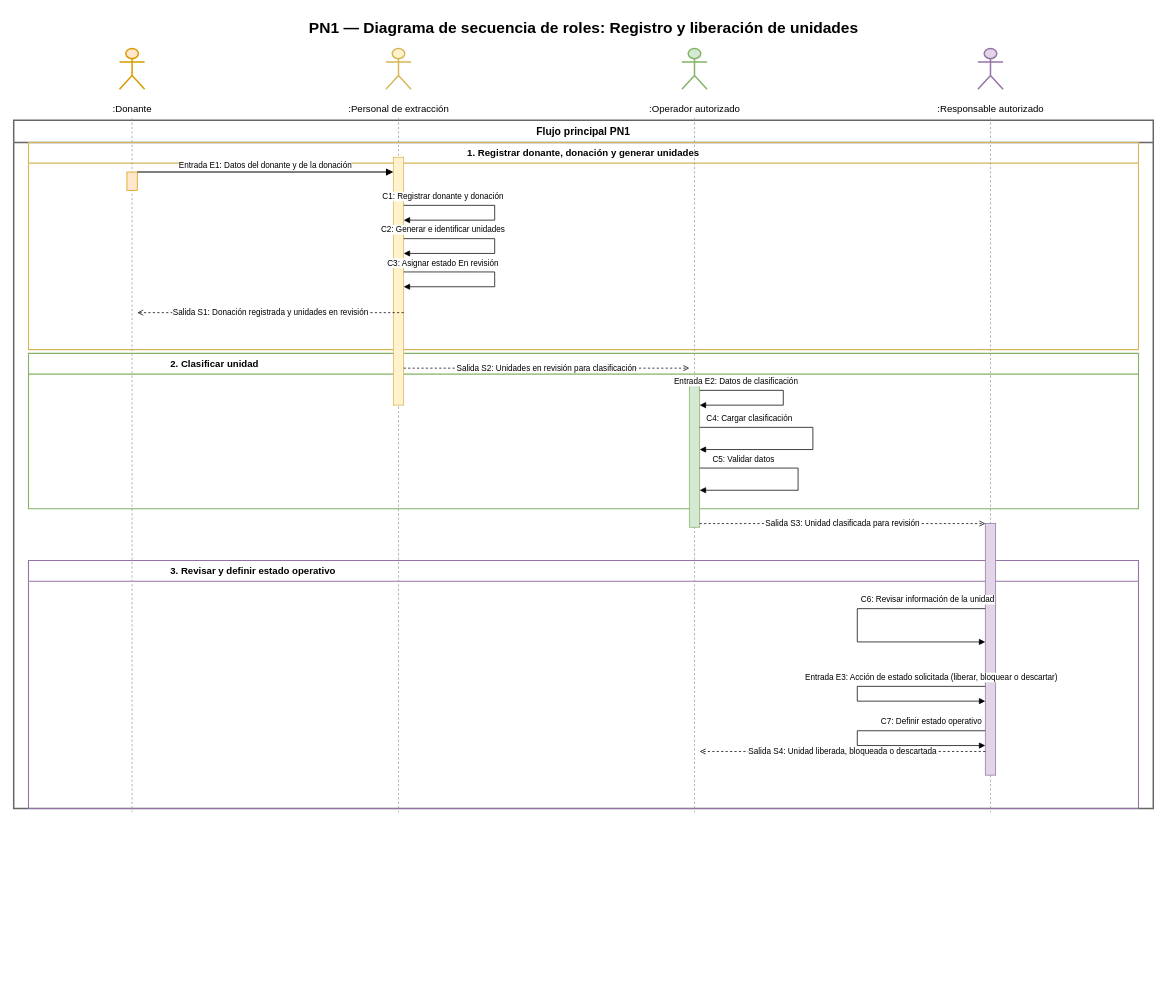
The draw.io diagram Diagramas/Secuencia de Roles/PN1_DiagramaSecuenciaRoles.drawio in juanNH/Ingenieria-de-Software, before the edit. Source tidied: cells renumbered, new cells numbered last; positions are measured from the earlier drawing's top-left corner, leaving out a move shared by most shapes. Both pictures are drawn from the tidied source at 74%, with x=0, y=0 at pixel (13, 13).
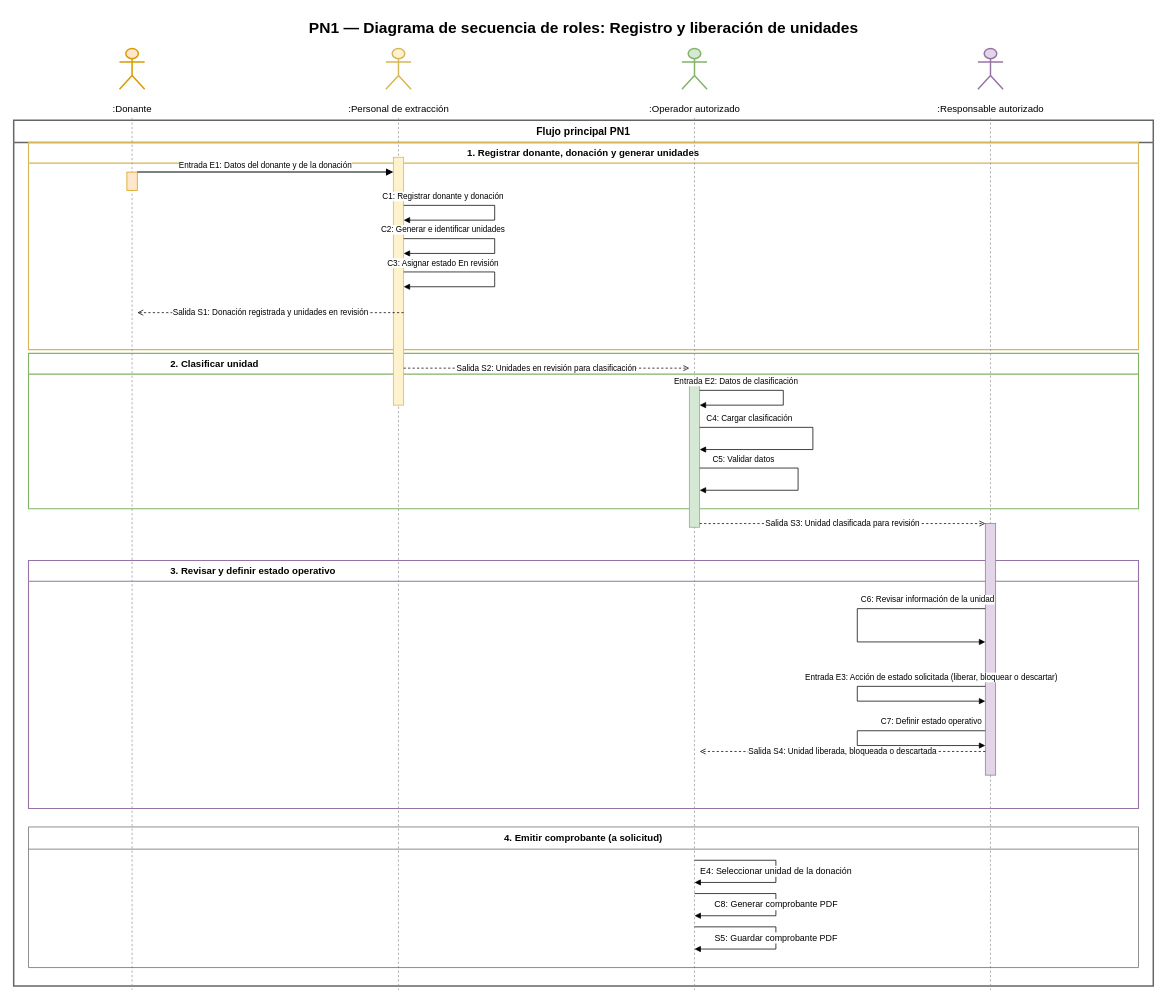
The same page after the edit.

The edit, as a diff of the source:
```diff
@@
     <mxCell id="3" value="Flujo principal PN1" style="swimlane;startSize=30;horizontal=1;whiteSpace=wrap;html=1;fillColor=none;strokeColor=#666666;strokeWidth=2;fontStyle=1;fontSize=14;fontFamily=Arial;" parent="1" vertex="1">
-      <mxGeometry y="145" width="1540" height="930" as="geometry" />
+      <mxGeometry y="145" width="1540" height="1170" as="geometry" />
     </mxCell>
@@
     <mxCell id="15" style="endArrow=none;dashed=1;html=1;strokeColor=#999999;" parent="1" edge="1">
       <mxGeometry relative="1" as="geometry">
         <mxPoint x="160" y="142" as="sourcePoint" />
-        <mxPoint x="160" y="1080" as="targetPoint" />
+        <mxPoint x="160" y="1320" as="targetPoint" />
       </mxGeometry>
     </mxCell>
     <mxCell id="16" style="endArrow=none;dashed=1;html=1;strokeColor=#999999;" parent="1" edge="1">
       <mxGeometry relative="1" as="geometry">
         <mxPoint x="520" y="142" as="sourcePoint" />
-        <mxPoint x="520" y="1080" as="targetPoint" />
+        <mxPoint x="520" y="1320" as="targetPoint" />
       </mxGeometry>
     </mxCell>
     <mxCell id="17" style="endArrow=none;dashed=1;html=1;strokeColor=#999999;" parent="1" edge="1">
       <mxGeometry relative="1" as="geometry">
         <mxPoint x="920" y="142" as="sourcePoint" />
-        <mxPoint x="920" y="1080" as="targetPoint" />
+        <mxPoint x="920" y="1320" as="targetPoint" />
       </mxGeometry>
     </mxCell>
     <mxCell id="18" style="endArrow=none;dashed=1;html=1;strokeColor=#999999;" parent="1" edge="1">
       <mxGeometry relative="1" as="geometry">
         <mxPoint x="1320" y="142" as="sourcePoint" />
-        <mxPoint x="1320" y="1080" as="targetPoint" />
+        <mxPoint x="1320" y="1320" as="targetPoint" />
       </mxGeometry>
     </mxCell>
@@
+    <mxCell id="37" value="4. Emitir comprobante (a solicitud)" style="swimlane;startSize=30;horizontal=1;whiteSpace=wrap;html=1;fillColor=none;strokeColor=#666666;fontStyle=1;fontSize=13;" parent="1" vertex="1">
+      <mxGeometry x="20" y="1100" width="1500" height="190" as="geometry" />
+    </mxCell>
+    <mxCell id="38" value="E4: Seleccionar unidad de la donación" style="endArrow=block;html=1;rounded=0;fontSize=12;fontFamily=Arial;labelBackgroundColor=#ffffff;" parent="1" edge="1">
+      <mxGeometry relative="1" as="geometry">
+        <mxPoint x="920" y="1145" as="sourcePoint" />
+        <mxPoint x="920" y="1175" as="targetPoint" />
+        <Array as="points">
+          <mxPoint x="1030" y="1145" />
+          <mxPoint x="1030" y="1175" />
+        </Array>
+      </mxGeometry>
+    </mxCell>
+    <mxCell id="39" value="C8: Generar comprobante PDF" style="endArrow=block;html=1;rounded=0;fontSize=12;fontFamily=Arial;labelBackgroundColor=#ffffff;" parent="1" edge="1">
+      <mxGeometry relative="1" as="geometry">
+        <mxPoint x="920" y="1190" as="sourcePoint" />
+        <mxPoint x="920" y="1220" as="targetPoint" />
+        <Array as="points">
+          <mxPoint x="1030" y="1190" />
+          <mxPoint x="1030" y="1220" />
+        </Array>
+      </mxGeometry>
+    </mxCell>
+    <mxCell id="40" value="S5: Guardar comprobante PDF" style="endArrow=block;html=1;rounded=0;fontSize=12;fontFamily=Arial;labelBackgroundColor=#ffffff;" parent="1" edge="1">
+      <mxGeometry relative="1" as="geometry">
+        <mxPoint x="920" y="1235" as="sourcePoint" />
+        <mxPoint x="920" y="1265" as="targetPoint" />
+        <Array as="points">
+          <mxPoint x="1030" y="1235" />
+          <mxPoint x="1030" y="1265" />
+        </Array>
+      </mxGeometry>
+    </mxCell>
```
